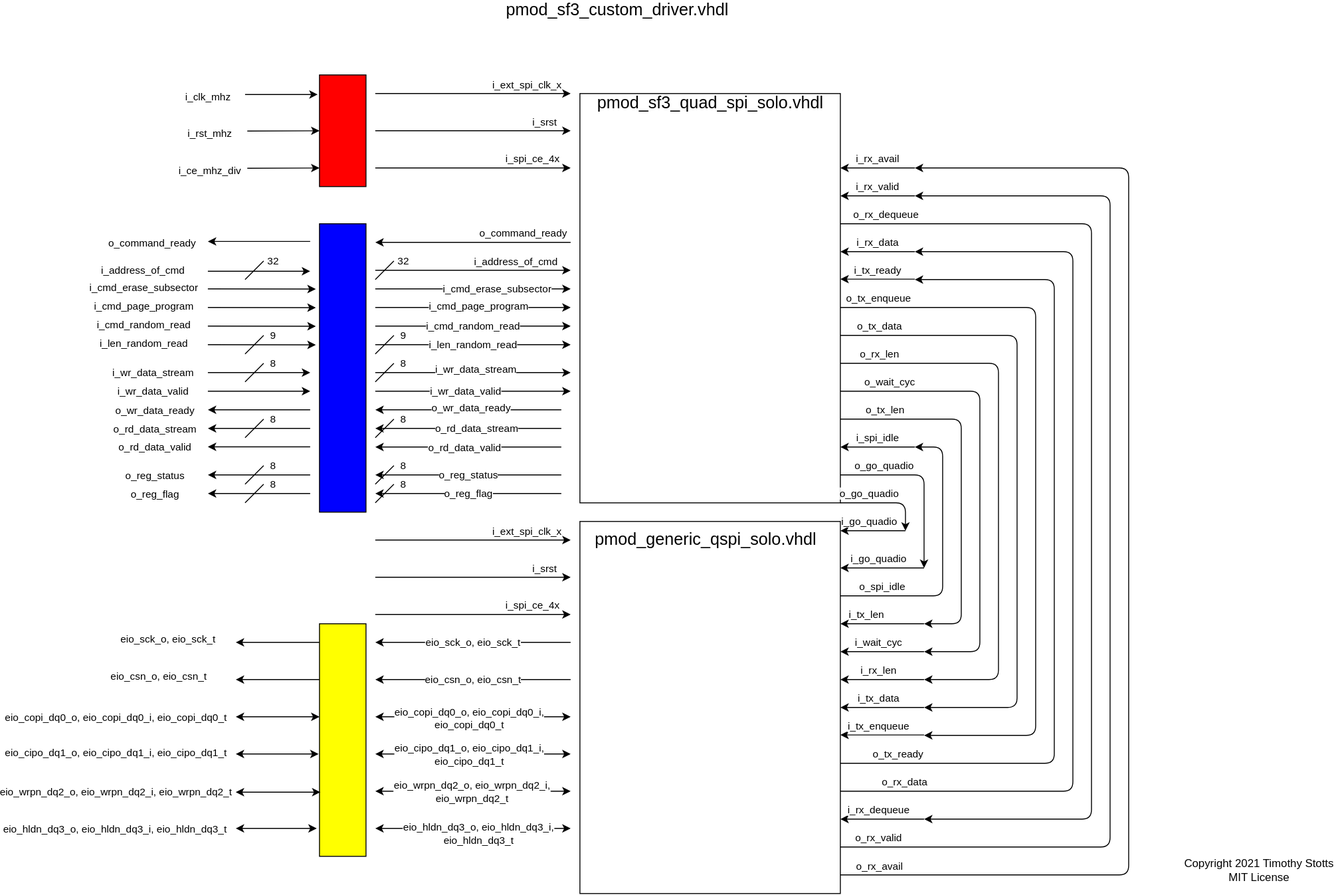
The draw.io diagram SF-Tester-Design-Documents/SF-Tester-Design-Diagrams-SF3-ports-internal.svg in timothystotts/fpga-serial-mem-tester-1, before a commit. Source tidied: cells renumbered, new cells last; positions are measured from the earlier drawing's top-left corner, leaving out a move shared by most shapes.
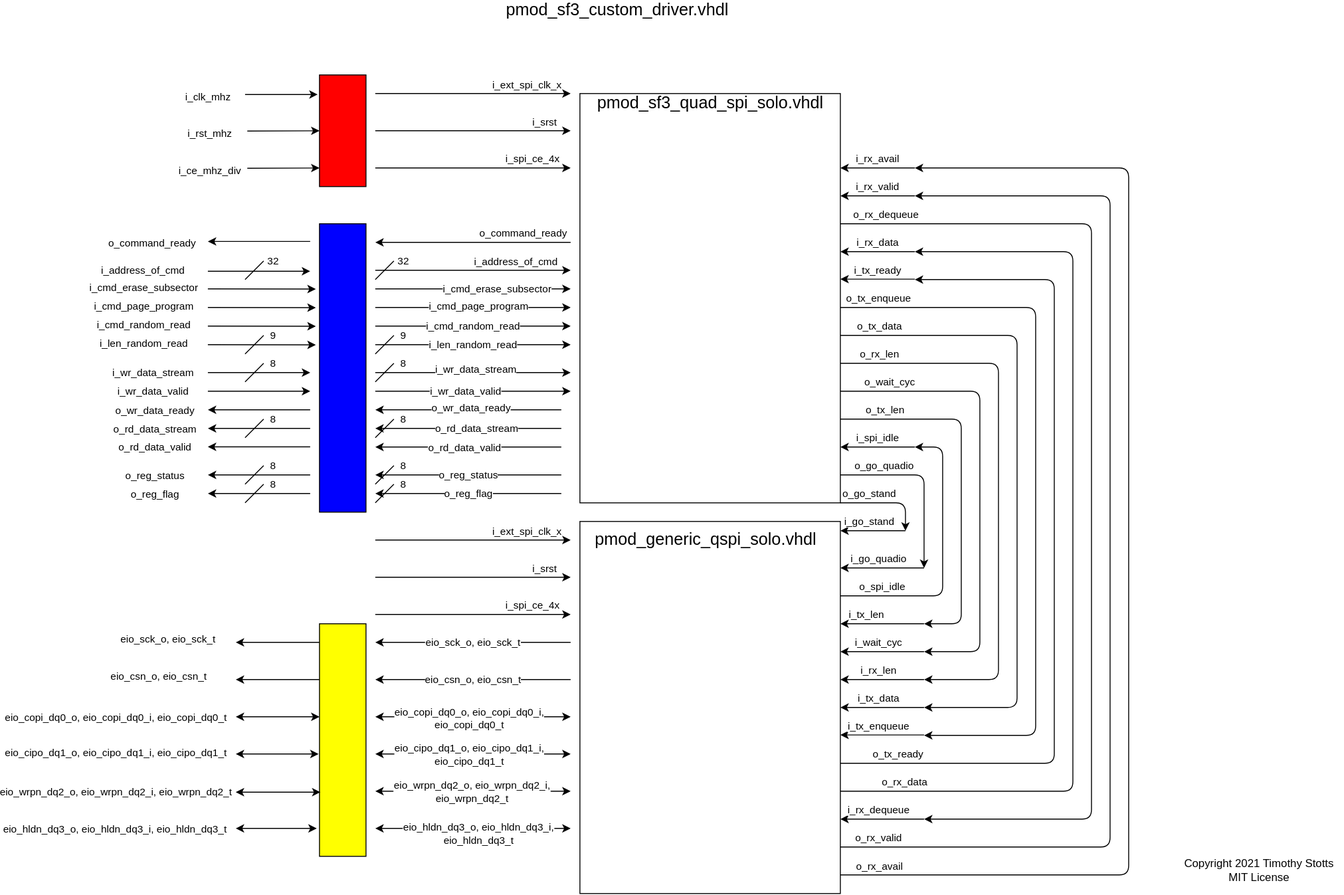
The same file after the commit.

Commit message:
Diagrams document was updated to Rev 11A to include corrected internal ports diagram of SF3 Custom Driver.

The edit, as a diff of the source:
```diff
@@ -507,13 +507,13 @@
         <mxPoint x="14" y="-14" as="offset" />
       </mxGeometry>
     </mxCell>
-    <mxCell id="86" value="i_go_quadio" style="endArrow=classic;html=1;" parent="1" edge="1">
+    <mxCell id="86" value="i_go_stand" style="endArrow=classic;html=1;" parent="1" edge="1">
       <mxGeometry x="0.11" y="-10" relative="1" as="geometry">
         <mxPoint x="750" y="570" as="sourcePoint" />
         <mxPoint x="680" y="570" as="targetPoint" />
       </mxGeometry>
     </mxCell>
-    <mxCell id="87" value="o_go_quadio" style="endArrow=classic;html=1;" parent="1" edge="1">
+    <mxCell id="87" value="o_go_stand" style="endArrow=classic;html=1;" parent="1" edge="1">
       <mxGeometry x="-0.4" y="10" relative="1" as="geometry">
         <mxPoint x="680" y="540" as="sourcePoint" />
         <mxPoint x="750" y="570" as="targetPoint" />
```
